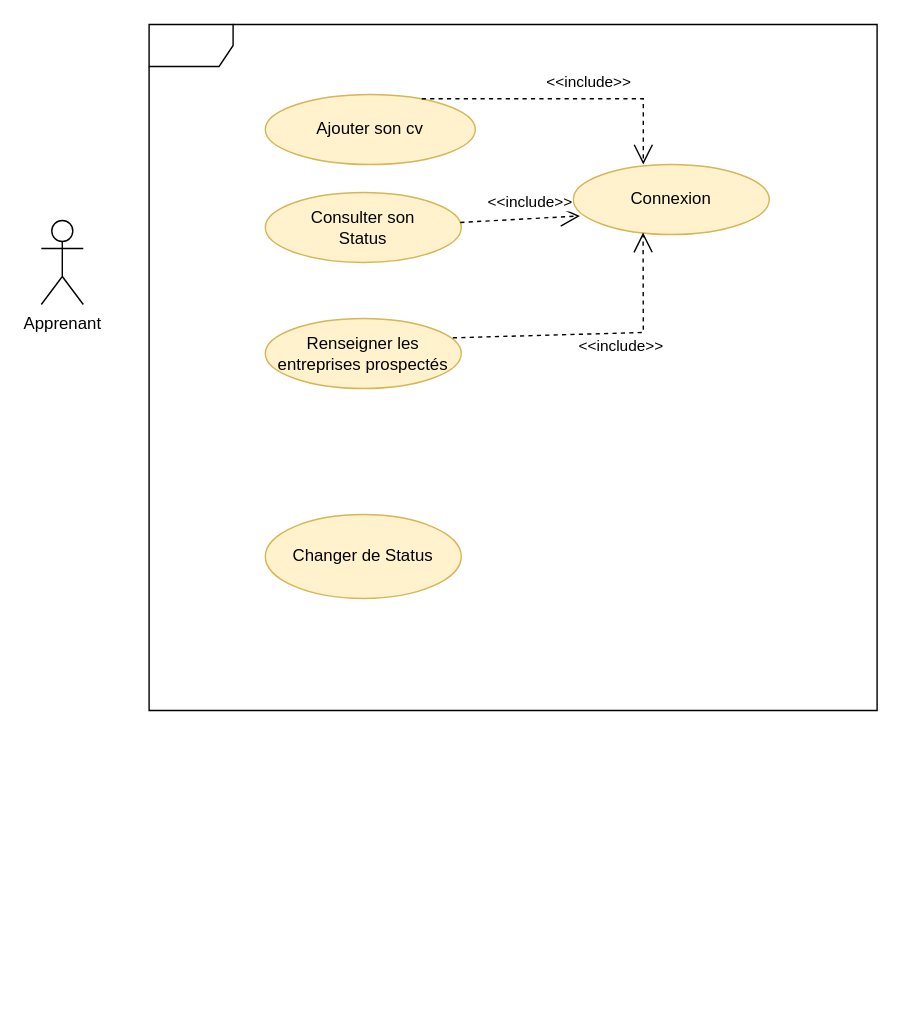
This is page "Page-3" (3 of 3) of Untitled Diagram.drawio from EpsilonCoder/E-Suivi-diagramme, a draw.io file, before an edit. Source tidied: cells renumbered, new cells numbered last; positions are measured from the earlier drawing's top-left corner, leaving out a move shared by most shapes. Both pictures are drawn from the tidied source at 140%, with x=0, y=0 at pixel (41, 24).
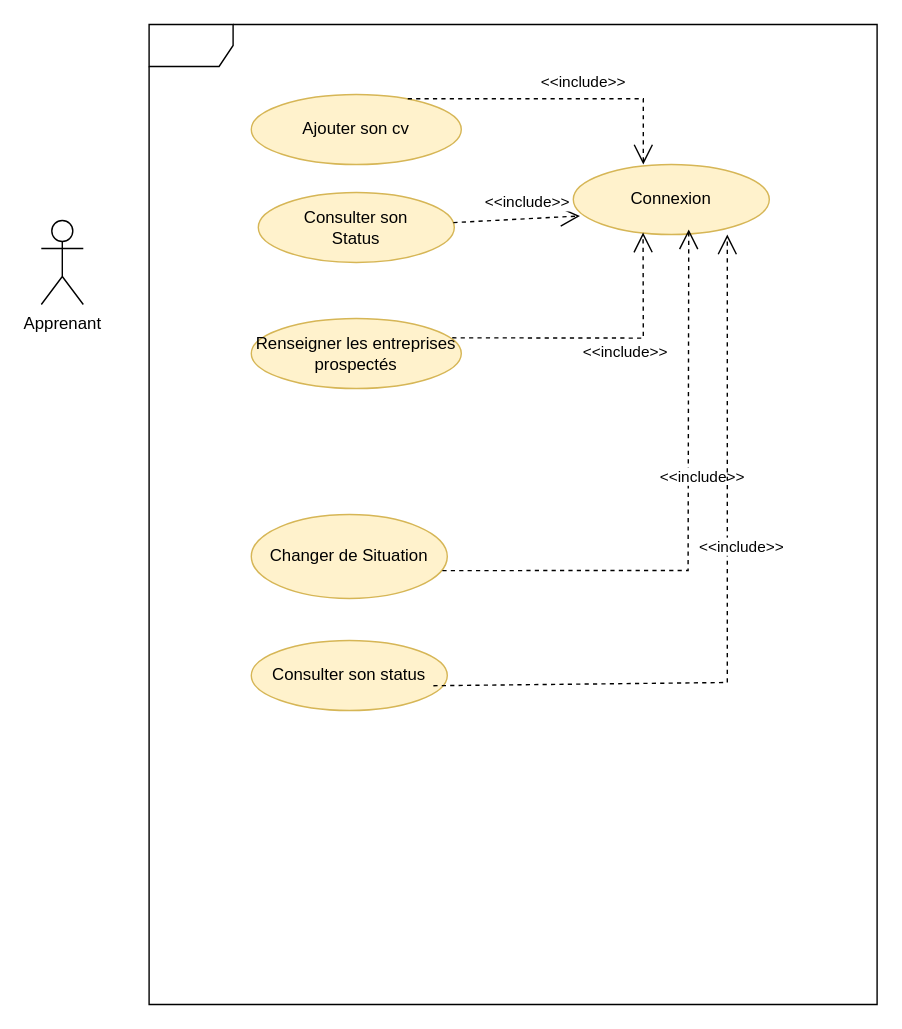
After the change.

Commit message:
UserCase-Apprenant

The change refers to these unchanged cells:
```xml
<mxCell id="4" value="Connexion" style="ellipse;whiteSpace=wrap;html=1;fillColor=#fff2cc;strokeColor=#d6b656;" parent="1" vertex="1">
  <mxGeometry x="380" y="100" width="140" height="50" as="geometry" />
</mxCell>
```

What changed in the source:
```diff
@@
     <mxCell id="3" style="shape=umlFrame;whiteSpace=wrap;html=1;" parent="1" vertex="1">
-      <mxGeometry x="77" width="520" height="490" as="geometry" />
+      <mxGeometry x="77" width="520" height="700" as="geometry" />
     </mxCell>
@@
     <mxCell id="5" value="Ajouter son cv" style="ellipse;whiteSpace=wrap;html=1;fillColor=#fff2cc;strokeColor=#d6b656;" parent="1" vertex="1">
-      <mxGeometry x="160" y="50" width="150" height="50" as="geometry" />
+      <mxGeometry x="150" y="50" width="150" height="50" as="geometry" />
     </mxCell>
     <mxCell id="6" value="Consulter son&lt;br&gt;Status" style="ellipse;whiteSpace=wrap;html=1;fillColor=#fff2cc;strokeColor=#d6b656;" parent="1" vertex="1">
-      <mxGeometry x="160" y="120" width="140" height="50" as="geometry" />
+      <mxGeometry x="155" y="120" width="140" height="50" as="geometry" />
     </mxCell>
     <mxCell id="7" value="Renseigner les entreprises prospectés" style="ellipse;whiteSpace=wrap;html=1;fillColor=#fff2cc;strokeColor=#d6b656;" parent="1" vertex="1">
-      <mxGeometry x="160" y="210" width="140" height="50" as="geometry" />
+      <mxGeometry x="150" y="210" width="150" height="50" as="geometry" />
     </mxCell>
-    <mxCell id="8" value="Changer de Status" style="ellipse;whiteSpace=wrap;html=1;fillColor=#fff2cc;strokeColor=#d6b656;" parent="1" vertex="1">
-      <mxGeometry x="160" y="350" width="140" height="60" as="geometry" />
+    <mxCell id="8" value="Changer de Situation" style="ellipse;whiteSpace=wrap;html=1;fillColor=#fff2cc;strokeColor=#d6b656;" parent="1" vertex="1">
+      <mxGeometry x="150" y="350" width="140" height="60" as="geometry" />
     </mxCell>
@@
     <mxCell id="11" value="&amp;lt;&amp;lt;include&amp;gt;&amp;gt;" style="endArrow=open;endSize=12;dashed=1;html=1;rounded=0;exitX=0.957;exitY=0.276;exitDx=0;exitDy=0;exitPerimeter=0;entryX=0.356;entryY=0.972;entryDx=0;entryDy=0;entryPerimeter=0;" parent="1" edge="1" source="7" target="4">
       <mxGeometry x="0.16" y="-10" relative="1" as="geometry">
         <Array as="points">
-          <mxPoint x="430" y="220" />
+          <mxPoint x="430" y="224" />
         </Array>
       </mxGeometry>
     </mxCell>
+    <mxCell id="12" value="&amp;lt;&amp;lt;include&amp;gt;&amp;gt;" style="endArrow=open;endSize=12;dashed=1;html=1;rounded=0;exitX=0.975;exitY=0.668;exitDx=0;exitDy=0;exitPerimeter=0;entryX=0.589;entryY=0.927;entryDx=0;entryDy=0;entryPerimeter=0;" parent="1" edge="1" source="8" target="4">
+      <mxGeometry x="0.16" y="-10" relative="1" as="geometry">
+        <Array as="points">
+          <mxPoint x="462" y="390" />
+        </Array>
+      </mxGeometry>
+    </mxCell>
+    <mxCell id="13" value="Consulter son status" style="ellipse;whiteSpace=wrap;html=1;fillColor=#fff2cc;strokeColor=#d6b656;" parent="1" vertex="1">
+      <mxGeometry x="150" y="440" width="140" height="50" as="geometry" />
+    </mxCell>
+    <mxCell id="14" value="&amp;lt;&amp;lt;include&amp;gt;&amp;gt;" style="endArrow=open;endSize=12;dashed=1;html=1;rounded=0;exitX=0.929;exitY=0.646;exitDx=0;exitDy=0;exitPerimeter=0;" parent="1" edge="1" source="13">
+      <mxGeometry x="0.16" y="-10" relative="1" as="geometry">
+        <mxPoint x="490" y="150" as="targetPoint" />
+        <Array as="points">
+          <mxPoint x="490" y="470" />
+          <mxPoint x="490" y="310" />
+        </Array>
+      </mxGeometry>
+    </mxCell>
```
